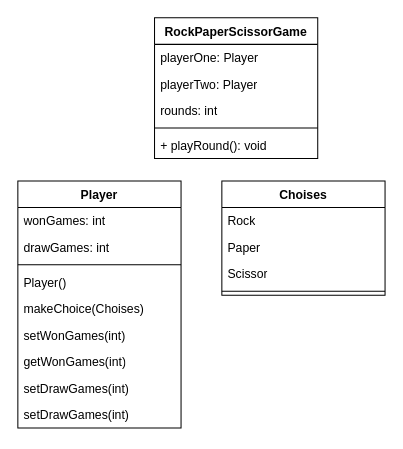
This is out/production/playersGuideJava/playersguide/day28/Day28DesignChallengeRockPaperScissorsClassDiagram.drawio from JannedeKraker/playersGuideJava, a draw.io file, before an edit. Source tidied: cells renumbered, new cells numbered last; positions are measured from the earlier drawing's top-left corner, leaving out a move shared by most shapes. Both pictures are drawn from the tidied source at 102%, with x=0, y=0 at pixel (17, 17).
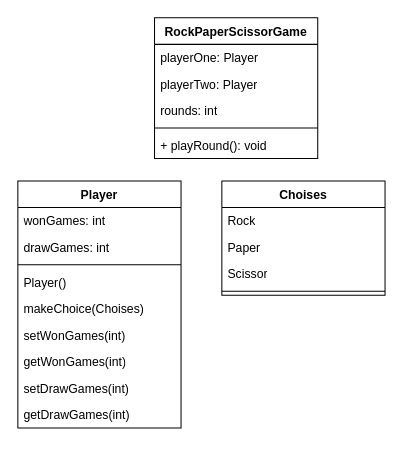
The same page after the edit.

The change refers to these unchanged cells:
```xml
<mxCell id="2" value="Player" style="swimlane;fontStyle=1;align=center;verticalAlign=top;horizontal=1;startSize=26;whiteSpace=wrap;html=1;" parent="1" vertex="1">
  <mxGeometry y="160" width="160" height="242" as="geometry" />
</mxCell>
```

What changed in the source:
```diff
@@
-    <mxCell id="11" value="setDrawGames(int)" style="text;strokeColor=none;fillColor=none;align=left;verticalAlign=top;spacingLeft=4;spacingRight=4;overflow=hidden;whiteSpace=wrap;html=1;" parent="2" vertex="1">
+    <mxCell id="11" value="getDrawGames(int)" style="text;strokeColor=none;fillColor=none;align=left;verticalAlign=top;spacingLeft=4;spacingRight=4;overflow=hidden;whiteSpace=wrap;html=1;" parent="2" vertex="1">
       <mxGeometry y="216" width="160" height="26" as="geometry" />
     </mxCell>
```
